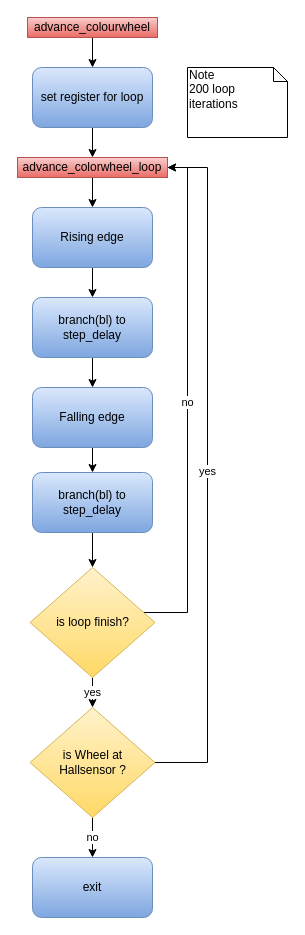
Above: diagrams/Programmablauf_advance_colorwheel.drawio in DerToaster98/SysProgTIT18 (draw.io), before the change. Source tidied: cells renumbered, new cells numbered last; positions are measured from the earlier drawing's top-left corner, leaving out a move shared by most shapes. Both pictures are drawn from the tidied source at 100%, with x=0, y=0 at pixel (17, 17).
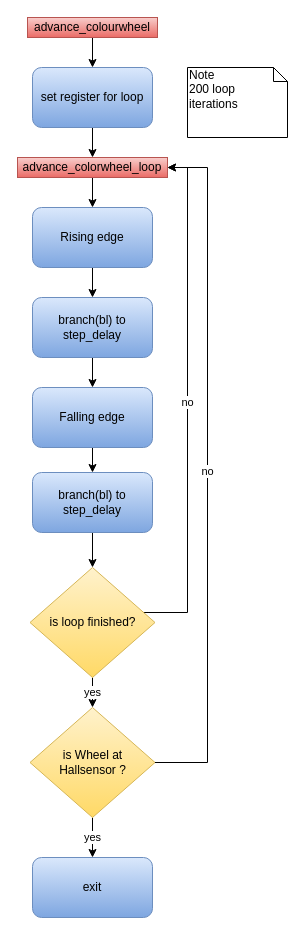
The same diagram, later.

The change refers to these unchanged cells:
```xml
<mxCell id="7" value="advance_colorwheel_loop" style="text;html=1;strokeColor=#b85450;fillColor=#f8cecc;align=center;verticalAlign=middle;whiteSpace=wrap;rounded=0;gradientColor=#ea6b66;" parent="1" vertex="1">
  <mxGeometry y="140" width="150" height="20" as="geometry" />
</mxCell>
<mxCell id="21" value="is Wheel at &lt;br&gt;Hallsensor ?" style="rhombus;whiteSpace=wrap;html=1;gradientColor=#ffd966;fillColor=#fff2cc;strokeColor=#d6b656;" parent="1" vertex="1">
  <mxGeometry x="12.5" y="690" width="125" height="110" as="geometry" />
</mxCell>
<mxCell id="23" value="exit" style="rounded=1;whiteSpace=wrap;html=1;gradientColor=#7ea6e0;fillColor=#dae8fc;strokeColor=#6c8ebf;" parent="1" vertex="1">
  <mxGeometry x="15" y="840" width="120" height="60" as="geometry" />
</mxCell>
```

What changed in the source:
```diff
@@
-    <mxCell id="18" value="is loop finish?" style="rhombus;whiteSpace=wrap;html=1;gradientColor=#ffd966;fillColor=#fff2cc;strokeColor=#d6b656;" parent="1" vertex="1">
+    <mxCell id="18" value="&lt;div&gt;is loop finished?&lt;/div&gt;" style="rhombus;whiteSpace=wrap;html=1;gradientColor=#ffd966;fillColor=#fff2cc;strokeColor=#d6b656;" parent="1" vertex="1">
       <mxGeometry x="12.5" y="550" width="125" height="110" as="geometry" />
     </mxCell>
-    <mxCell id="19" value="yes" style="edgeStyle=orthogonalEdgeStyle;rounded=0;jettySize=auto;html=1;entryX=1;entryY=0.5;entryDx=0;entryDy=0;exitX=1;exitY=0.5;exitDx=0;exitDy=0;" parent="1" edge="1" source="21" target="7">
+    <mxCell id="19" value="no" style="edgeStyle=orthogonalEdgeStyle;rounded=0;jettySize=auto;html=1;entryX=1;entryY=0.5;entryDx=0;entryDy=0;exitX=1;exitY=0.5;exitDx=0;exitDy=0;" parent="1" edge="1" source="21" target="7">
       <mxGeometry relative="1" as="geometry">
         <Array as="points">
           <mxPoint x="190" y="745" />
           <mxPoint x="190" y="150" />
         </Array>
       </mxGeometry>
     </mxCell>
-    <mxCell id="20" value="no" style="edgeStyle=orthogonalEdgeStyle;rounded=0;jettySize=auto;html=1;entryX=0.5;entryY=0;entryDx=0;entryDy=0;" parent="1" edge="1" source="21" target="23">
+    <mxCell id="20" value="yes" style="edgeStyle=orthogonalEdgeStyle;rounded=0;jettySize=auto;html=1;entryX=0.5;entryY=0;entryDx=0;entryDy=0;" parent="1" edge="1" source="21" target="23">
       <mxGeometry relative="1" as="geometry" />
     </mxCell>
```
